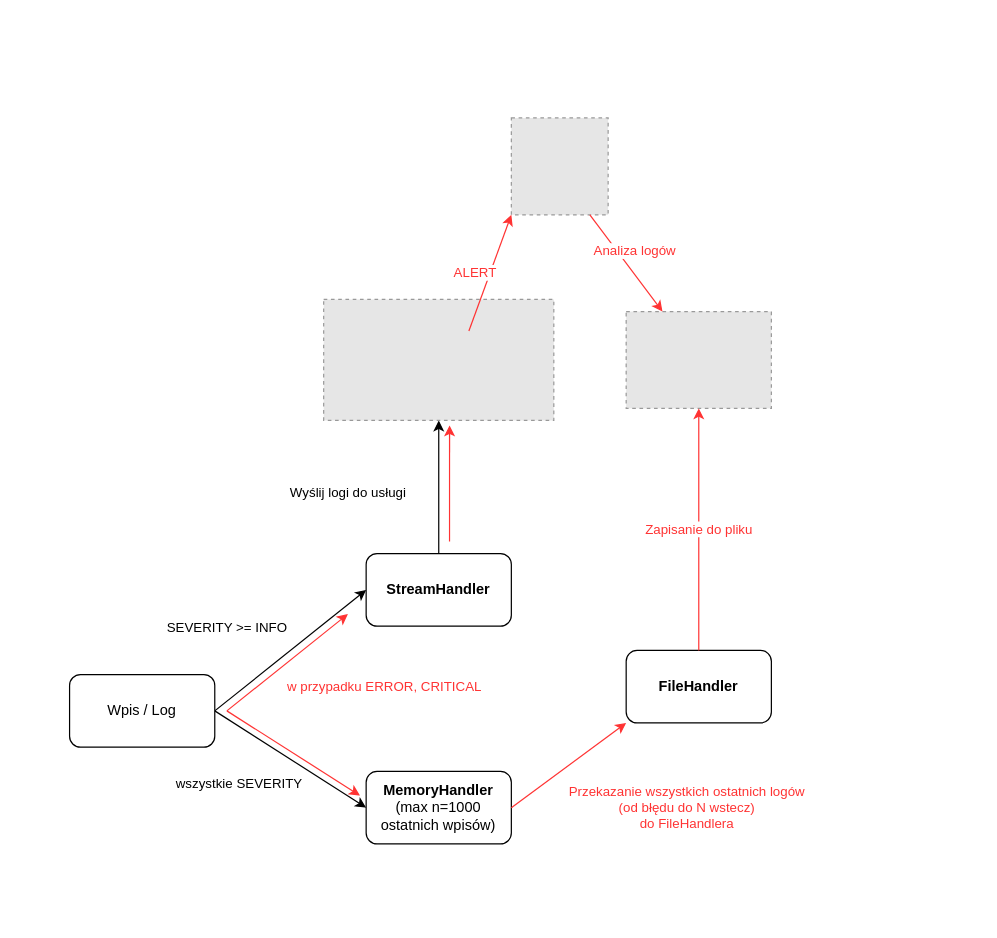
This is page "Page-6" (6 of 6) of Marcin/_Edukacja/Kurs Sages - Inżynier AI/Zajęcia/Diagram wdrożenie server.drawio from Magglish/obsidian, a draw.io file, before an edit. Source tidied: cells renumbered, new cells numbered last; positions are measured from the earlier drawing's top-left corner, leaving out a move shared by most shapes. Both pictures are drawn from the tidied source at 121%, with x=0, y=0 at pixel (69, 117). Pictures stored in the file or linked from it are replaced by grey dashed boxes.
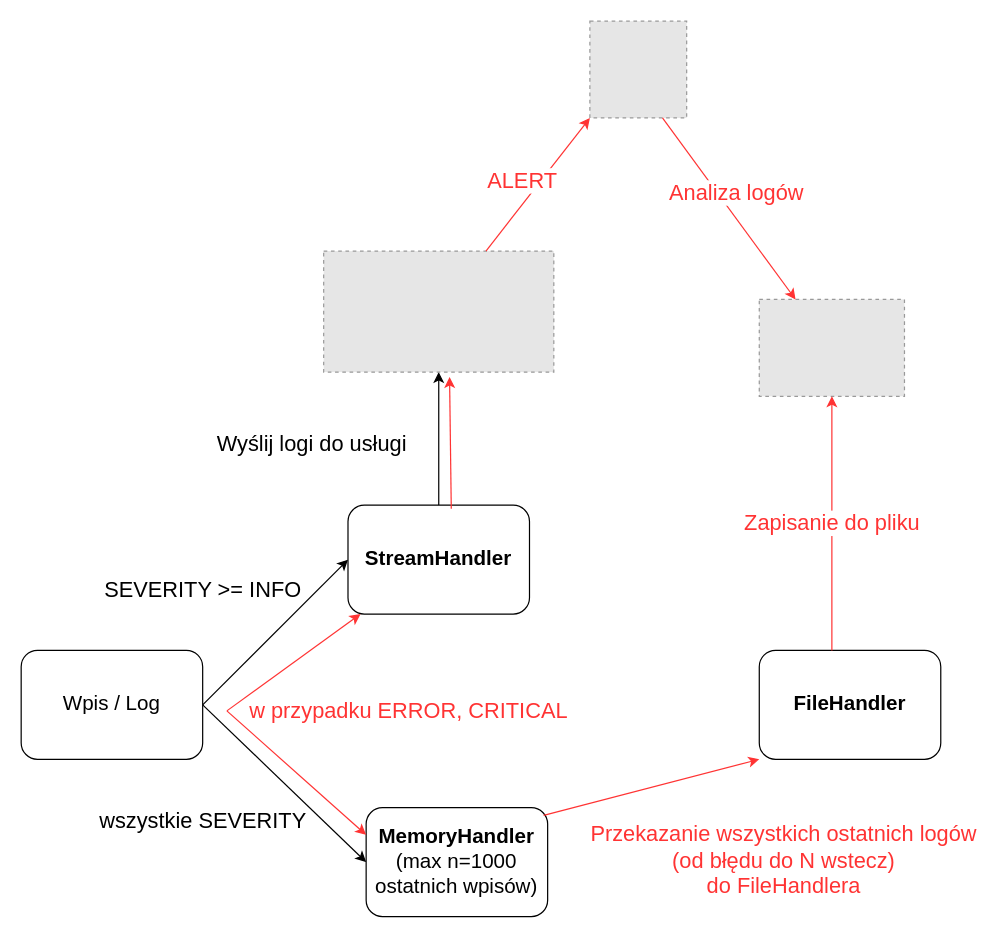
Above is the later version.

The edit, as a diff of the source:
```diff
@@
-    <mxCell id="2" value="wszystkie SEVERITY" style="rounded=0;jettySize=auto;html=1;exitX=1;exitY=0.5;exitDx=0;exitDy=0;entryX=0;entryY=0.5;entryDx=0;entryDy=0;startArrow=none;startFill=0;" parent="1" edge="1" source="4" target="5">
-      <mxGeometry x="-0.34" y="-40" relative="1" as="geometry" />
+    <mxCell id="2" value="wszystkie SEVERITY" style="rounded=0;jettySize=auto;html=1;exitX=1;exitY=0.5;exitDx=0;exitDy=0;entryX=0;entryY=0.5;entryDx=0;entryDy=0;startArrow=none;startFill=0;fontSize=18;" parent="1" edge="1" source="4" target="5">
+      <mxGeometry x="-0.3" y="-68" relative="1" as="geometry">
+        <mxPoint y="1" as="offset" />
+      </mxGeometry>
     </mxCell>
-    <mxCell id="3" value="SEVERITY &amp;gt;= INFO" style="rounded=0;jettySize=auto;html=1;exitX=1;exitY=0.5;exitDx=0;exitDy=0;entryX=0;entryY=0.5;entryDx=0;entryDy=0;startArrow=none;startFill=0;" parent="1" edge="1" source="4" target="7">
-      <mxGeometry x="-0.36" y="48" relative="1" as="geometry" />
+    <mxCell id="3" value="SEVERITY &amp;gt;= INFO" style="rounded=0;jettySize=auto;html=1;exitX=1;exitY=0.5;exitDx=0;exitDy=0;entryX=0;entryY=0.5;entryDx=0;entryDy=0;startArrow=none;startFill=0;fontSize=18;" parent="1" edge="1" source="4" target="7">
+      <mxGeometry x="-0.21" y="67" relative="1" as="geometry" />
     </mxCell>
-    <mxCell id="4" value="Wpis / Log" style="rounded=1;whiteSpace=wrap;html=1;" parent="1" vertex="1">
-      <mxGeometry y="460" width="120" height="60" as="geometry" />
+    <mxCell id="4" value="Wpis / Log" style="rounded=1;whiteSpace=wrap;html=1;fontSize=17;" parent="1" vertex="1">
+      <mxGeometry x="-40" y="440" width="150" height="90" as="geometry" />
     </mxCell>
-    <mxCell id="5" value="&lt;b&gt;MemoryHandler&lt;/b&gt;&lt;br&gt;(max n=1000 ostatnich wpisów)" style="rounded=1;whiteSpace=wrap;html=1;" parent="1" vertex="1">
-      <mxGeometry x="245.1" y="540" width="120" height="60" as="geometry" />
+    <mxCell id="5" value="&lt;b style=&quot;font-size: 17px;&quot;&gt;MemoryHandler&lt;/b&gt;&lt;br style=&quot;font-size: 17px;&quot;&gt;(max n=1000 ostatnich wpisów)" style="rounded=1;whiteSpace=wrap;html=1;fontSize=17;" parent="1" vertex="1">
+      <mxGeometry x="245.1" y="570" width="150" height="90" as="geometry" />
     </mxCell>
-    <mxCell id="6" value="Wyślij logi do usługi" style="edgeStyle=orthogonalEdgeStyle;rounded=0;jettySize=auto;html=1;exitX=0.5;exitY=0;exitDx=0;exitDy=0;entryX=0.5;entryY=1;entryDx=0;entryDy=0;" parent="1" edge="1" source="7" target="8">
-      <mxGeometry x="-0.09" y="75" relative="1" as="geometry" />
+    <mxCell id="6" value="Wyślij logi do usługi" style="edgeStyle=orthogonalEdgeStyle;rounded=0;jettySize=auto;html=1;exitX=0.5;exitY=0;exitDx=0;exitDy=0;entryX=0.5;entryY=1;entryDx=0;entryDy=0;fontSize=18;" parent="1" edge="1" source="7" target="8">
+      <mxGeometry x="-0.09" y="105" relative="1" as="geometry" />
     </mxCell>
-    <mxCell id="7" value="StreamHandler" style="rounded=1;whiteSpace=wrap;html=1;fontStyle=1;" parent="1" vertex="1">
-      <mxGeometry x="245.1" y="360" width="120" height="60" as="geometry" />
+    <mxCell id="7" value="StreamHandler" style="rounded=1;whiteSpace=wrap;html=1;fontStyle=1;fontSize=17;" parent="1" vertex="1">
+      <mxGeometry x="230.1" y="320" width="150" height="90" as="geometry" />
     </mxCell>
     <mxCell id="8" style="fillColor=#E6E6E6;strokeColor=#999999;dashed=1;verticalLabelPosition=bottom;labelBackgroundColor=default;verticalAlign=top;" parent="1" vertex="1">
-      <mxGeometry x="210" y="150" width="190.2" height="100" as="geometry" />
+      <mxGeometry x="210" y="110" width="190.2" height="100" as="geometry" />
     </mxCell>
-    <mxCell id="9" value="w przypadku ERROR, CRITICAL" style="rounded=0;orthogonalLoop=1;jettySize=auto;html=1;startArrow=none;startFill=0;strokeColor=#FF3333;fontColor=#FF3333;" parent="1" edge="1">
-      <mxGeometry x="0.78" y="-66" relative="1" as="geometry">
+    <mxCell id="9" value="w przypadku ERROR, CRITICAL" style="rounded=0;jettySize=auto;html=1;startArrow=none;startFill=0;strokeColor=#FF3333;fontColor=#FF3333;entryX=0.069;entryY=1;entryDx=0;entryDy=0;entryPerimeter=0;fontSize=18;" parent="1" edge="1" target="7">
+      <mxGeometry x="0.78" y="-88" relative="1" as="geometry">
         <mxPoint x="130" y="490" as="sourcePoint" />
-        <mxPoint x="230" y="410" as="targetPoint" />
       </mxGeometry>
     </mxCell>
-    <mxCell id="10" style="rounded=0;jettySize=auto;html=1;startArrow=none;startFill=0;strokeColor=#FF3333;fontColor=#FF3333;entryX=0.547;entryY=1.041;entryDx=0;entryDy=0;entryPerimeter=0;" parent="1" edge="1" target="8">
-      <mxGeometry x="0.78" y="-66" relative="1" as="geometry">
-        <mxPoint x="314" y="350" as="sourcePoint" />
-      </mxGeometry>
+    <mxCell id="10" style="rounded=0;jettySize=auto;html=1;startArrow=none;startFill=0;strokeColor=#FF3333;fontColor=#FF3333;entryX=0.547;entryY=1.041;entryDx=0;entryDy=0;entryPerimeter=0;exitX=0.569;exitY=0.033;exitDx=0;exitDy=0;exitPerimeter=0;" parent="1" edge="1" source="7" target="8">
+      <mxGeometry x="0.78" y="-66" relative="1" as="geometry" />
     </mxCell>
     <mxCell id="11" style="fillColor=#E6E6E6;strokeColor=#999999;dashed=1;verticalLabelPosition=bottom;labelBackgroundColor=default;verticalAlign=top;" parent="1" vertex="1">
-      <mxGeometry x="365.1" width="80" height="80" as="geometry" />
+      <mxGeometry x="430" y="-80" width="80" height="80" as="geometry" />
     </mxCell>
-    <mxCell id="12" value="ALERT" style="rounded=0;jettySize=auto;html=1;startArrow=none;startFill=0;strokeColor=#FF3333;fontColor=#FF3333;entryX=0;entryY=1;entryDx=0;entryDy=0;" parent="1" edge="1" target="11">
-      <mxGeometry x="-0.08" y="12" relative="1" as="geometry">
-        <mxPoint x="330" y="176" as="sourcePoint" />
-      </mxGeometry>
+    <mxCell id="12" value="ALERT" style="rounded=0;jettySize=auto;html=1;startArrow=none;startFill=0;strokeColor=#FF3333;fontColor=#FF3333;entryX=0;entryY=1;entryDx=0;entryDy=0;fontSize=18;" parent="1" edge="1" source="8" target="11">
+      <mxGeometry x="-0.08" y="12" relative="1" as="geometry" />
     </mxCell>
-    <mxCell id="13" style="rounded=0;orthogonalLoop=1;jettySize=auto;html=1;startArrow=none;startFill=0;strokeColor=#FF3333;fontColor=#FF3333;" parent="1" edge="1">
+    <mxCell id="13" style="rounded=0;jettySize=auto;html=1;startArrow=none;startFill=0;strokeColor=#FF3333;fontColor=#FF3333;entryX=0;entryY=0.25;entryDx=0;entryDy=0;" parent="1" edge="1" target="5">
       <mxGeometry x="0.78" y="-66" relative="1" as="geometry">
         <mxPoint x="130" y="490" as="sourcePoint" />
-        <mxPoint x="240" y="560" as="targetPoint" />
       </mxGeometry>
     </mxCell>
-    <mxCell id="14" value="FileHandler" style="rounded=1;whiteSpace=wrap;html=1;fontStyle=1;" parent="1" vertex="1">
-      <mxGeometry x="460" y="440" width="120" height="60" as="geometry" />
+    <mxCell id="14" value="FileHandler" style="rounded=1;whiteSpace=wrap;html=1;fontStyle=1;fontSize=17;" parent="1" vertex="1">
+      <mxGeometry x="570" y="440" width="150" height="90" as="geometry" />
     </mxCell>
-    <mxCell id="15" value="Przekazanie wszystkich ostatnich logów &lt;br&gt;(od błędu do N wstecz)&lt;br&gt;do FileHandlera" style="rounded=0;jettySize=auto;html=1;startArrow=none;startFill=0;strokeColor=#FF3333;fontColor=#FF3333;entryX=0;entryY=1;entryDx=0;entryDy=0;" parent="1" edge="1" target="14">
-      <mxGeometry x="0.98" y="-86" relative="1" as="geometry">
-        <mxPoint x="365.1" y="570" as="sourcePoint" />
-      </mxGeometry>
+    <mxCell id="15" value="Przekazanie wszystkich ostatnich logów &lt;br style=&quot;font-size: 18px;&quot;&gt;(od błędu do N wstecz)&lt;br style=&quot;font-size: 18px;&quot;&gt;do FileHandlera" style="rounded=0;jettySize=auto;html=1;startArrow=none;startFill=0;strokeColor=#FF3333;fontColor=#FF3333;entryX=0;entryY=1;entryDx=0;entryDy=0;fontSize=18;exitX=0.978;exitY=0.071;exitDx=0;exitDy=0;exitPerimeter=0;" parent="1" edge="1" source="5" target="14">
+      <mxGeometry x="0.98" y="-86" relative="1" as="geometry" />
     </mxCell>
     <mxCell id="16" style="fillColor=#E6E6E6;strokeColor=#999999;dashed=1;verticalLabelPosition=bottom;labelBackgroundColor=default;verticalAlign=top;" parent="1" vertex="1">
-      <mxGeometry x="460" y="160" width="120" height="80" as="geometry" />
+      <mxGeometry x="570" y="150" width="120" height="80" as="geometry" />
     </mxCell>
-    <mxCell id="17" value="Zapisanie do pliku" style="rounded=0;jettySize=auto;html=1;startArrow=none;startFill=0;strokeColor=#FF3333;fontColor=#FF3333;entryX=0.5;entryY=1;entryDx=0;entryDy=0;" parent="1" edge="1" target="16">
+    <mxCell id="17" value="Zapisanie do pliku" style="rounded=0;jettySize=auto;html=1;startArrow=none;startFill=0;strokeColor=#FF3333;fontColor=#FF3333;entryX=0.5;entryY=1;entryDx=0;entryDy=0;fontSize=18;" parent="1" edge="1" target="16">
       <mxGeometry relative="1" as="geometry">
-        <mxPoint x="520" y="440" as="sourcePoint" />
+        <mxPoint x="630" y="440" as="sourcePoint" />
       </mxGeometry>
     </mxCell>
-    <mxCell id="18" value="Analiza logów" style="rounded=0;jettySize=auto;html=1;startArrow=none;startFill=0;strokeColor=#FF3333;fontColor=#FF3333;" parent="1" edge="1" target="16">
-      <mxGeometry x="-0.08" y="12" relative="1" as="geometry">
-        <mxPoint x="430" y="80" as="sourcePoint" />
-      </mxGeometry>
+    <mxCell id="18" value="Analiza logów" style="rounded=0;jettySize=auto;html=1;startArrow=none;startFill=0;strokeColor=#FF3333;fontColor=#FF3333;exitX=0.75;exitY=1;exitDx=0;exitDy=0;entryX=0.25;entryY=0;entryDx=0;entryDy=0;fontSize=18;" parent="1" edge="1" source="11" target="16">
+      <mxGeometry x="-0.08" y="12" relative="1" as="geometry" />
     </mxCell>
```
